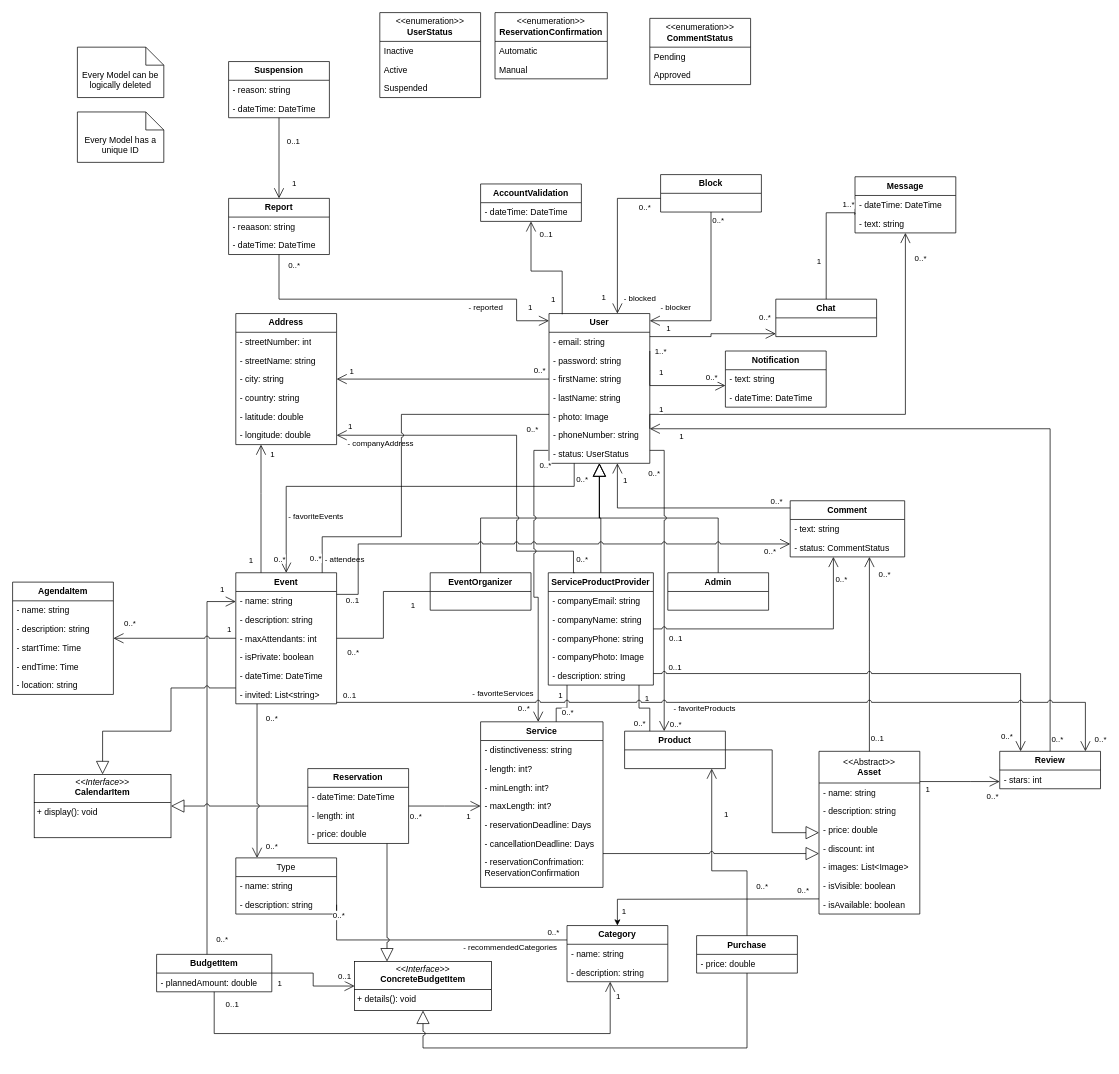
The draw.io diagram class_diagram.drawio in zoricnadja/evenmate, before the edit. Source tidied: cells renumbered, new cells numbered last; positions are measured from the earlier drawing's top-left corner, leaving out a move shared by most shapes. Both pictures are drawn from the tidied source at 72%, with x=0, y=0 at pixel (12, 12).
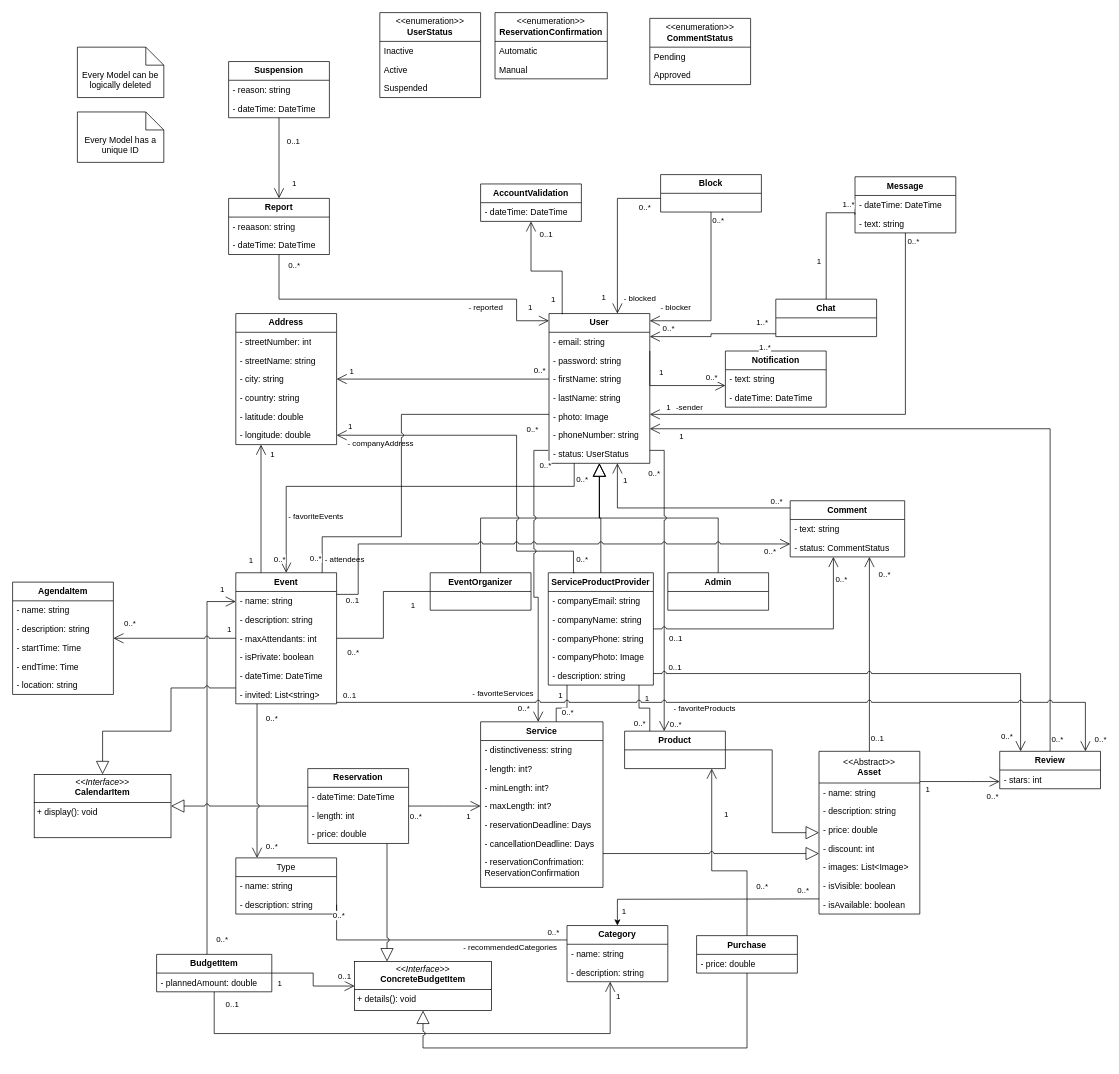
The same diagram, later.

Commit message (it also covers changes not shown here):
chore: update class diagram

Unchanged cells that the change refers to:
```xml
<mxCell id="5" value="User" style="swimlane;fontStyle=1;horizontal=1;startSize=26;fillColor=none;whiteSpace=wrap;html=1;" parent="1" vertex="1">
  <mxGeometry x="745" y="418" width="140" height="208" as="geometry" />
</mxCell>
<mxCell id="65" value="Message" style="swimlane;fontStyle=1;horizontal=1;startSize=26;fillColor=none;whiteSpace=wrap;html=1;" parent="1" vertex="1">
  <mxGeometry x="1170" y="228" width="140" height="78" as="geometry" />
</mxCell>
<mxCell id="200" style="endArrow=open;endFill=1;endSize=12;html=1;rounded=0;edgeStyle=orthogonalEdgeStyle;" parent="1" edge="1" source="68" target="5">
  <mxGeometry relative="1" as="geometry">
    <Array as="points">
      <mxPoint x="970" y="428" />
    </Array>
  </mxGeometry>
</mxCell>
```

Diff of the diagram source:
```diff
@@
     <mxCell id="179" style="endArrow=open;endFill=1;endSize=12;html=1;rounded=0;edgeStyle=orthogonalEdgeStyle;" parent="1" edge="1">
       <mxGeometry relative="1" as="geometry">
-        <mxPoint x="885" y="450" as="sourcePoint" />
-        <mxPoint x="1060" y="446" as="targetPoint" />
+        <mxPoint x="1060" y="446" as="sourcePoint" />
+        <mxPoint x="885" y="450" as="targetPoint" />
         <Array as="points">
           <mxPoint x="970" y="450" />
         </Array>
       </mxGeometry>
     </mxCell>
@@
-    <mxCell id="181" value="0..*" style="edgeLabel;html=1;align=center;verticalAlign=middle;" parent="179" vertex="1">
+    <mxCell id="181" value="1..*" style="edgeLabel;html=1;align=center;verticalAlign=middle;" parent="179" vertex="1">
       <mxGeometry x="0.57" y="2" relative="1" as="geometry">
-        <mxPoint x="22" y="-22" as="offset" />
+        <mxPoint x="117" y="-22" as="offset" />
       </mxGeometry>
     </mxCell>
-    <mxCell id="182" style="endArrow=open;endFill=1;endSize=12;html=1;rounded=0;edgeStyle=orthogonalEdgeStyle;" parent="1" edge="1" target="65">
+    <mxCell id="182" style="endArrow=open;endFill=1;endSize=12;html=1;rounded=0;edgeStyle=orthogonalEdgeStyle;" parent="1" edge="1" source="65" target="5">
       <mxGeometry relative="1" as="geometry">
-        <mxPoint x="885" y="578" as="sourcePoint" />
         <Array as="points">
-          <mxPoint x="885" y="558" />
           <mxPoint x="1240" y="558" />
         </Array>
       </mxGeometry>
     </mxCell>
-    <mxCell id="183" value="1" style="edgeLabel;html=1;align=center;verticalAlign=middle;" parent="182" vertex="1">
+    <mxCell id="183" value="0..*" style="edgeLabel;html=1;align=center;verticalAlign=middle;" parent="182" vertex="1">
       <mxGeometry x="-0.97" y="3" relative="1" as="geometry">
-        <mxPoint x="18" y="-19" as="offset" />
+        <mxPoint x="7" y="2" as="offset" />
       </mxGeometry>
     </mxCell>
-    <mxCell id="184" value="0..*" style="edgeLabel;html=1;align=center;verticalAlign=middle;" parent="182" vertex="1">
+    <mxCell id="184" value="1" style="edgeLabel;html=1;align=center;verticalAlign=middle;" parent="182" vertex="1">
       <mxGeometry x="0.89" y="-3" relative="1" as="geometry">
-        <mxPoint x="17" as="offset" />
+        <mxPoint x="-8" y="-7" as="offset" />
       </mxGeometry>
     </mxCell>
+    <mxCell id="230" value="-sender" style="edgeLabel;html=1;align=center;verticalAlign=middle;" parent="182" vertex="1">
+      <mxGeometry x="0.86" y="-1" relative="1" as="geometry">
+        <mxPoint x="12" y="-9" as="offset" />
+      </mxGeometry>
+    </mxCell>
@@
-    <mxCell id="201" value="1" style="edgeLabel;html=1;align=center;verticalAlign=middle;" parent="200" vertex="1">
+    <mxCell id="201" value="0..*" style="edgeLabel;html=1;align=center;verticalAlign=middle;" parent="200" vertex="1">
       <mxGeometry x="-0.77" y="-4" relative="1" as="geometry">
         <mxPoint x="-56" y="134" as="offset" />
       </mxGeometry>
     </mxCell>
```
